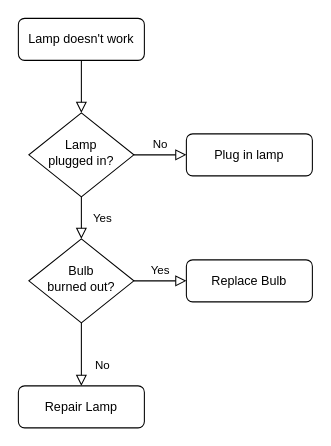
The draw.io diagram Untitled Diagram.drawio in MelissaaGuz/storage.items, before the edit. Source tidied: cells renumbered, new cells numbered last; positions are measured from the earlier drawing's top-left corner, leaving out a move shared by most shapes. Both pictures are drawn from the tidied source at 105%, with x=0, y=0 at pixel (18, 18).
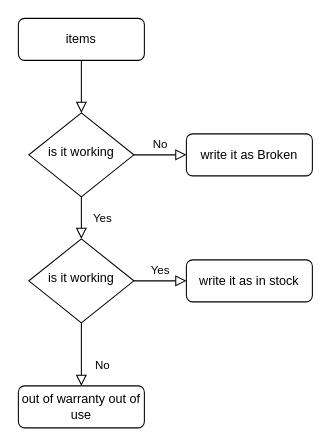
After the change.

Diff of the diagram source:
```diff
@@
 <mxGraphModel>
   <root>
     <mxCell id="0" />
     <mxCell id="1" parent="0" />
     <mxCell id="2" style="rounded=0;html=1;jettySize=auto;fontSize=11;endArrow=block;endFill=0;endSize=8;strokeWidth=1;shadow=0;labelBackgroundColor=none;edgeStyle=orthogonalEdgeStyle;" parent="1" edge="1" source="3" target="6">
       <mxGeometry relative="1" as="geometry" />
     </mxCell>
-    <mxCell id="3" value="Lamp doesn't work" style="rounded=1;whiteSpace=wrap;html=1;fontSize=12;glass=0;strokeWidth=1;shadow=0;" parent="1" vertex="1">
+    <mxCell id="3" value="items" style="rounded=1;whiteSpace=wrap;html=1;fontSize=12;glass=0;strokeWidth=1;shadow=0;" parent="1" vertex="1">
       <mxGeometry width="120" height="40" as="geometry" />
     </mxCell>
     <mxCell id="4" value="Yes" style="rounded=0;html=1;jettySize=auto;fontSize=11;endArrow=block;endFill=0;endSize=8;strokeWidth=1;shadow=0;labelBackgroundColor=none;edgeStyle=orthogonalEdgeStyle;" parent="1" edge="1" source="6" target="10">
       <mxGeometry y="20" relative="1" as="geometry" />
     </mxCell>
     <mxCell id="5" value="No" style="edgeStyle=orthogonalEdgeStyle;rounded=0;html=1;jettySize=auto;fontSize=11;endArrow=block;endFill=0;endSize=8;strokeWidth=1;shadow=0;labelBackgroundColor=none;" parent="1" edge="1" source="6" target="7">
       <mxGeometry y="10" relative="1" as="geometry" />
     </mxCell>
-    <mxCell id="6" value="Lamp&lt;br&gt;plugged in?" style="rhombus;whiteSpace=wrap;html=1;shadow=0;fontFamily=Helvetica;fontSize=12;align=center;strokeWidth=1;spacing=6;spacingTop=-4;" parent="1" vertex="1">
+    <mxCell id="6" value="is it working" style="rhombus;whiteSpace=wrap;html=1;shadow=0;fontFamily=Helvetica;fontSize=12;align=center;strokeWidth=1;spacing=6;spacingTop=-4;" parent="1" vertex="1">
       <mxGeometry x="10" y="90" width="100" height="80" as="geometry" />
     </mxCell>
-    <mxCell id="7" value="Plug in lamp" style="rounded=1;whiteSpace=wrap;html=1;fontSize=12;glass=0;strokeWidth=1;shadow=0;" parent="1" vertex="1">
+    <mxCell id="7" value="write it as Broken" style="rounded=1;whiteSpace=wrap;html=1;fontSize=12;glass=0;strokeWidth=1;shadow=0;" parent="1" vertex="1">
       <mxGeometry x="160" y="110" width="120" height="40" as="geometry" />
     </mxCell>
     <mxCell id="8" value="No" style="rounded=0;html=1;jettySize=auto;fontSize=11;endArrow=block;endFill=0;endSize=8;strokeWidth=1;shadow=0;labelBackgroundColor=none;edgeStyle=orthogonalEdgeStyle;" parent="1" edge="1" source="10" target="11">
       <mxGeometry x="0.33" y="20" relative="1" as="geometry" />
     </mxCell>
     <mxCell id="9" value="Yes" style="edgeStyle=orthogonalEdgeStyle;rounded=0;html=1;jettySize=auto;fontSize=11;endArrow=block;endFill=0;endSize=8;strokeWidth=1;shadow=0;labelBackgroundColor=none;" parent="1" edge="1" source="10" target="12">
       <mxGeometry y="10" relative="1" as="geometry" />
     </mxCell>
-    <mxCell id="10" value="Bulb&lt;br&gt;burned out?" style="rhombus;whiteSpace=wrap;html=1;shadow=0;fontFamily=Helvetica;fontSize=12;align=center;strokeWidth=1;spacing=6;spacingTop=-4;" parent="1" vertex="1">
+    <mxCell id="10" value="is it working" style="rhombus;whiteSpace=wrap;html=1;shadow=0;fontFamily=Helvetica;fontSize=12;align=center;strokeWidth=1;spacing=6;spacingTop=-4;" parent="1" vertex="1">
       <mxGeometry x="10" y="210" width="100" height="80" as="geometry" />
     </mxCell>
-    <mxCell id="11" value="Repair Lamp" style="rounded=1;whiteSpace=wrap;html=1;fontSize=12;glass=0;strokeWidth=1;shadow=0;" parent="1" vertex="1">
+    <mxCell id="11" value="out of warranty out of use" style="rounded=1;whiteSpace=wrap;html=1;fontSize=12;glass=0;strokeWidth=1;shadow=0;" parent="1" vertex="1">
       <mxGeometry y="350" width="120" height="40" as="geometry" />
     </mxCell>
-    <mxCell id="12" value="Replace Bulb" style="rounded=1;whiteSpace=wrap;html=1;fontSize=12;glass=0;strokeWidth=1;shadow=0;" parent="1" vertex="1">
+    <mxCell id="12" value="write it as in stock" style="rounded=1;whiteSpace=wrap;html=1;fontSize=12;glass=0;strokeWidth=1;shadow=0;" parent="1" vertex="1">
       <mxGeometry x="160" y="230" width="120" height="40" as="geometry" />
     </mxCell>
   </root>
 </mxGraphModel>
```
